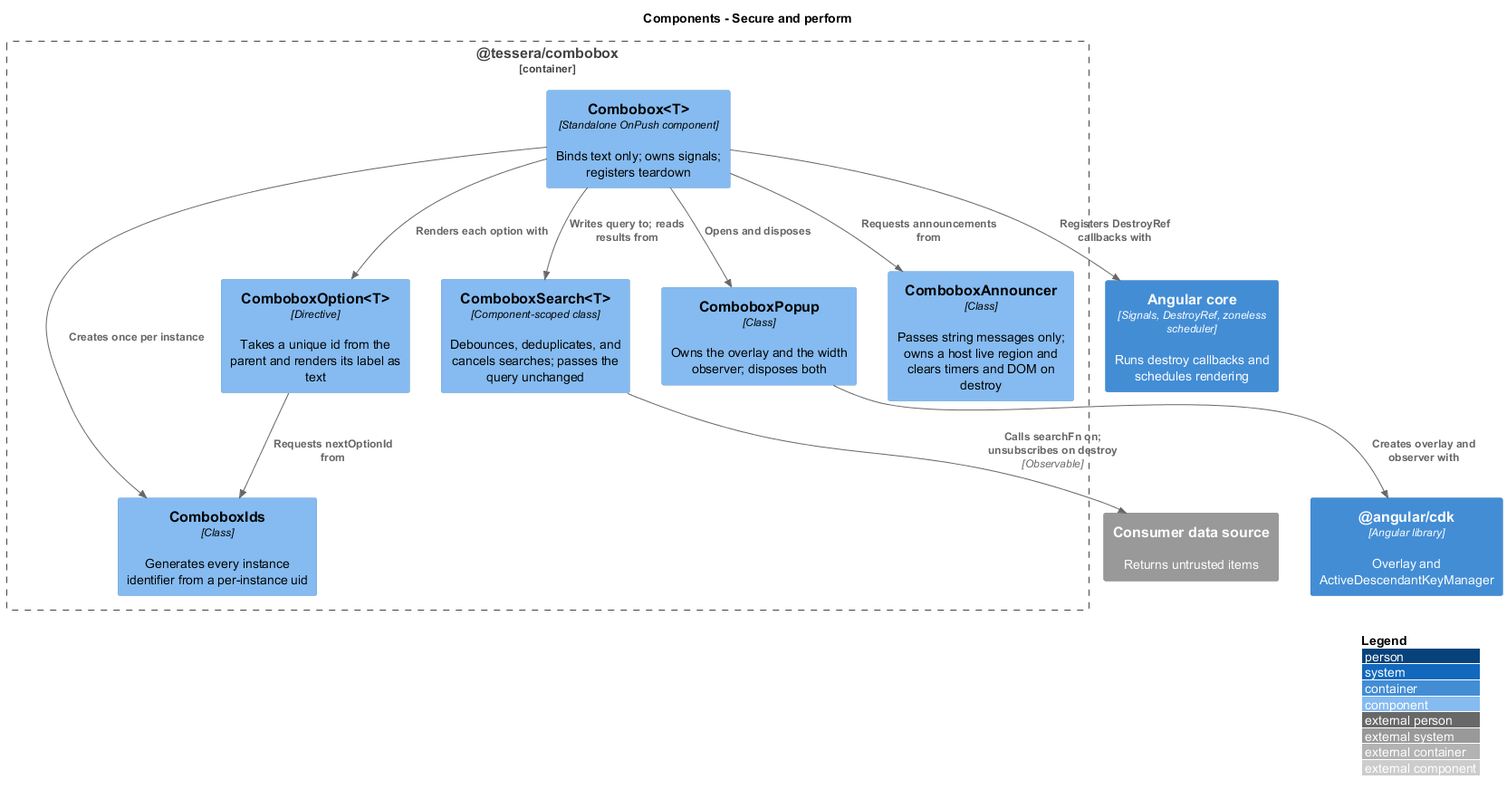
QuinntyneBrown/Tessera keeps this PlantUML diagram as docs/detailed-designs/combobox/secure-and-perform/diagrams/c4-component.png. Above is the earlier version.
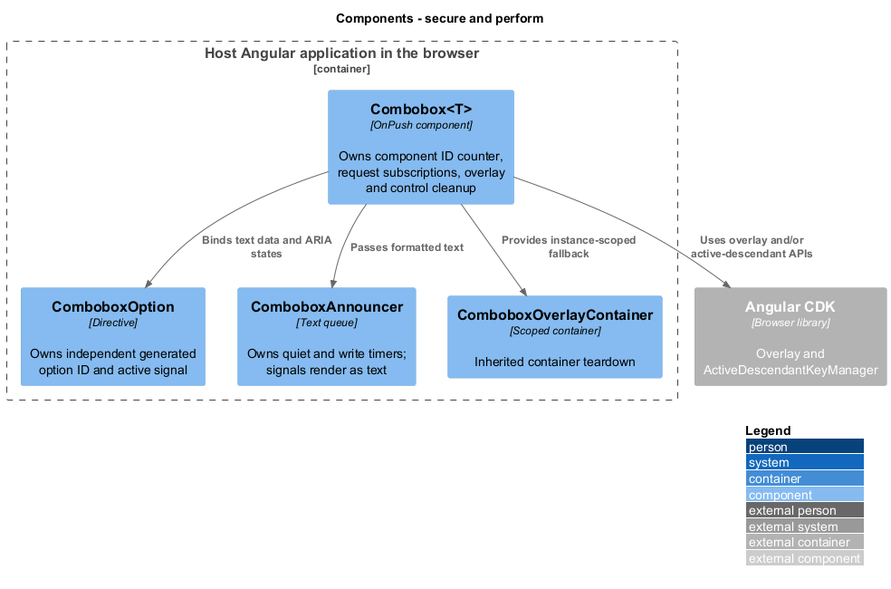
The same file after the commit.

Change to the diagram source:
```diff
@@ -1,26 +1,16 @@
 @startuml
 !include <C4/C4_Component>
 LAYOUT_WITH_LEGEND()
-title Components - Secure and perform
-
-System_Ext(source, "Consumer data source", "Returns untrusted items")
-Container(core, "Angular core", "Signals, DestroyRef, zoneless scheduler", "Runs destroy callbacks and schedules rendering")
-Container(cdk, "@angular/cdk", "Angular library", "Overlay and ActiveDescendantKeyManager")
-Container_Boundary(pkg, "@tessera/combobox") {
-  Component(cb, "Combobox<T>", "Standalone OnPush component", "Binds text only; owns signals; registers teardown")
-  Component(ids, "ComboboxIds", "Class", "Generates every instance identifier from a per-instance uid")
-  Component(search, "ComboboxSearch<T>", "Component-scoped class", "Debounces, deduplicates, and cancels searches; passes the query unchanged")
-  Component(opt, "ComboboxOption<T>", "Directive", "Takes a unique id from the parent and renders its label as text")
-  Component(popup, "ComboboxPopup", "Class", "Owns the overlay and the width observer; disposes both")
-  Component(ann, "ComboboxAnnouncer", "Class", "Passes string messages only; owns a host live region and clears timers and DOM on destroy")
+title Components - secure and perform
+Container_Boundary(pkg, "Host Angular application in the browser") {
+  Component(combo, "Combobox<T>", "OnPush component", "Owns component ID counter, request subscriptions, overlay and control cleanup")
+  Component(option, "ComboboxOption", "Directive", "Owns independent generated option ID and active signal")
+  Component(ann, "ComboboxAnnouncer", "Text queue", "Owns quiet and write timers; signals render as text")
+  Component(fallback, "ComboboxOverlayContainer", "Scoped container", "Inherited container teardown")
 }
-Rel(cb, ids, "Creates once per instance")
-Rel(cb, search, "Writes query to; reads results from")
-Rel(search, source, "Calls searchFn on; unsubscribes on destroy", "Observable")
-Rel(cb, opt, "Renders each option with")
-Rel(opt, ids, "Requests nextOptionId from")
-Rel(cb, popup, "Opens and disposes")
-Rel(popup, cdk, "Creates overlay and observer with")
-Rel(cb, ann, "Requests announcements from")
-Rel(cb, core, "Registers DestroyRef callbacks with")
+Rel(combo, option, "Binds text data and ARIA states")
+Rel(combo, ann, "Passes formatted text")
+Rel(combo, fallback, "Provides instance-scoped fallback")
+Container_Ext(cdk, "Angular CDK", "Browser library", "Overlay and ActiveDescendantKeyManager")
+Rel(combo, cdk, "Uses overlay and/or active-descendant APIs")
 @enduml
```
